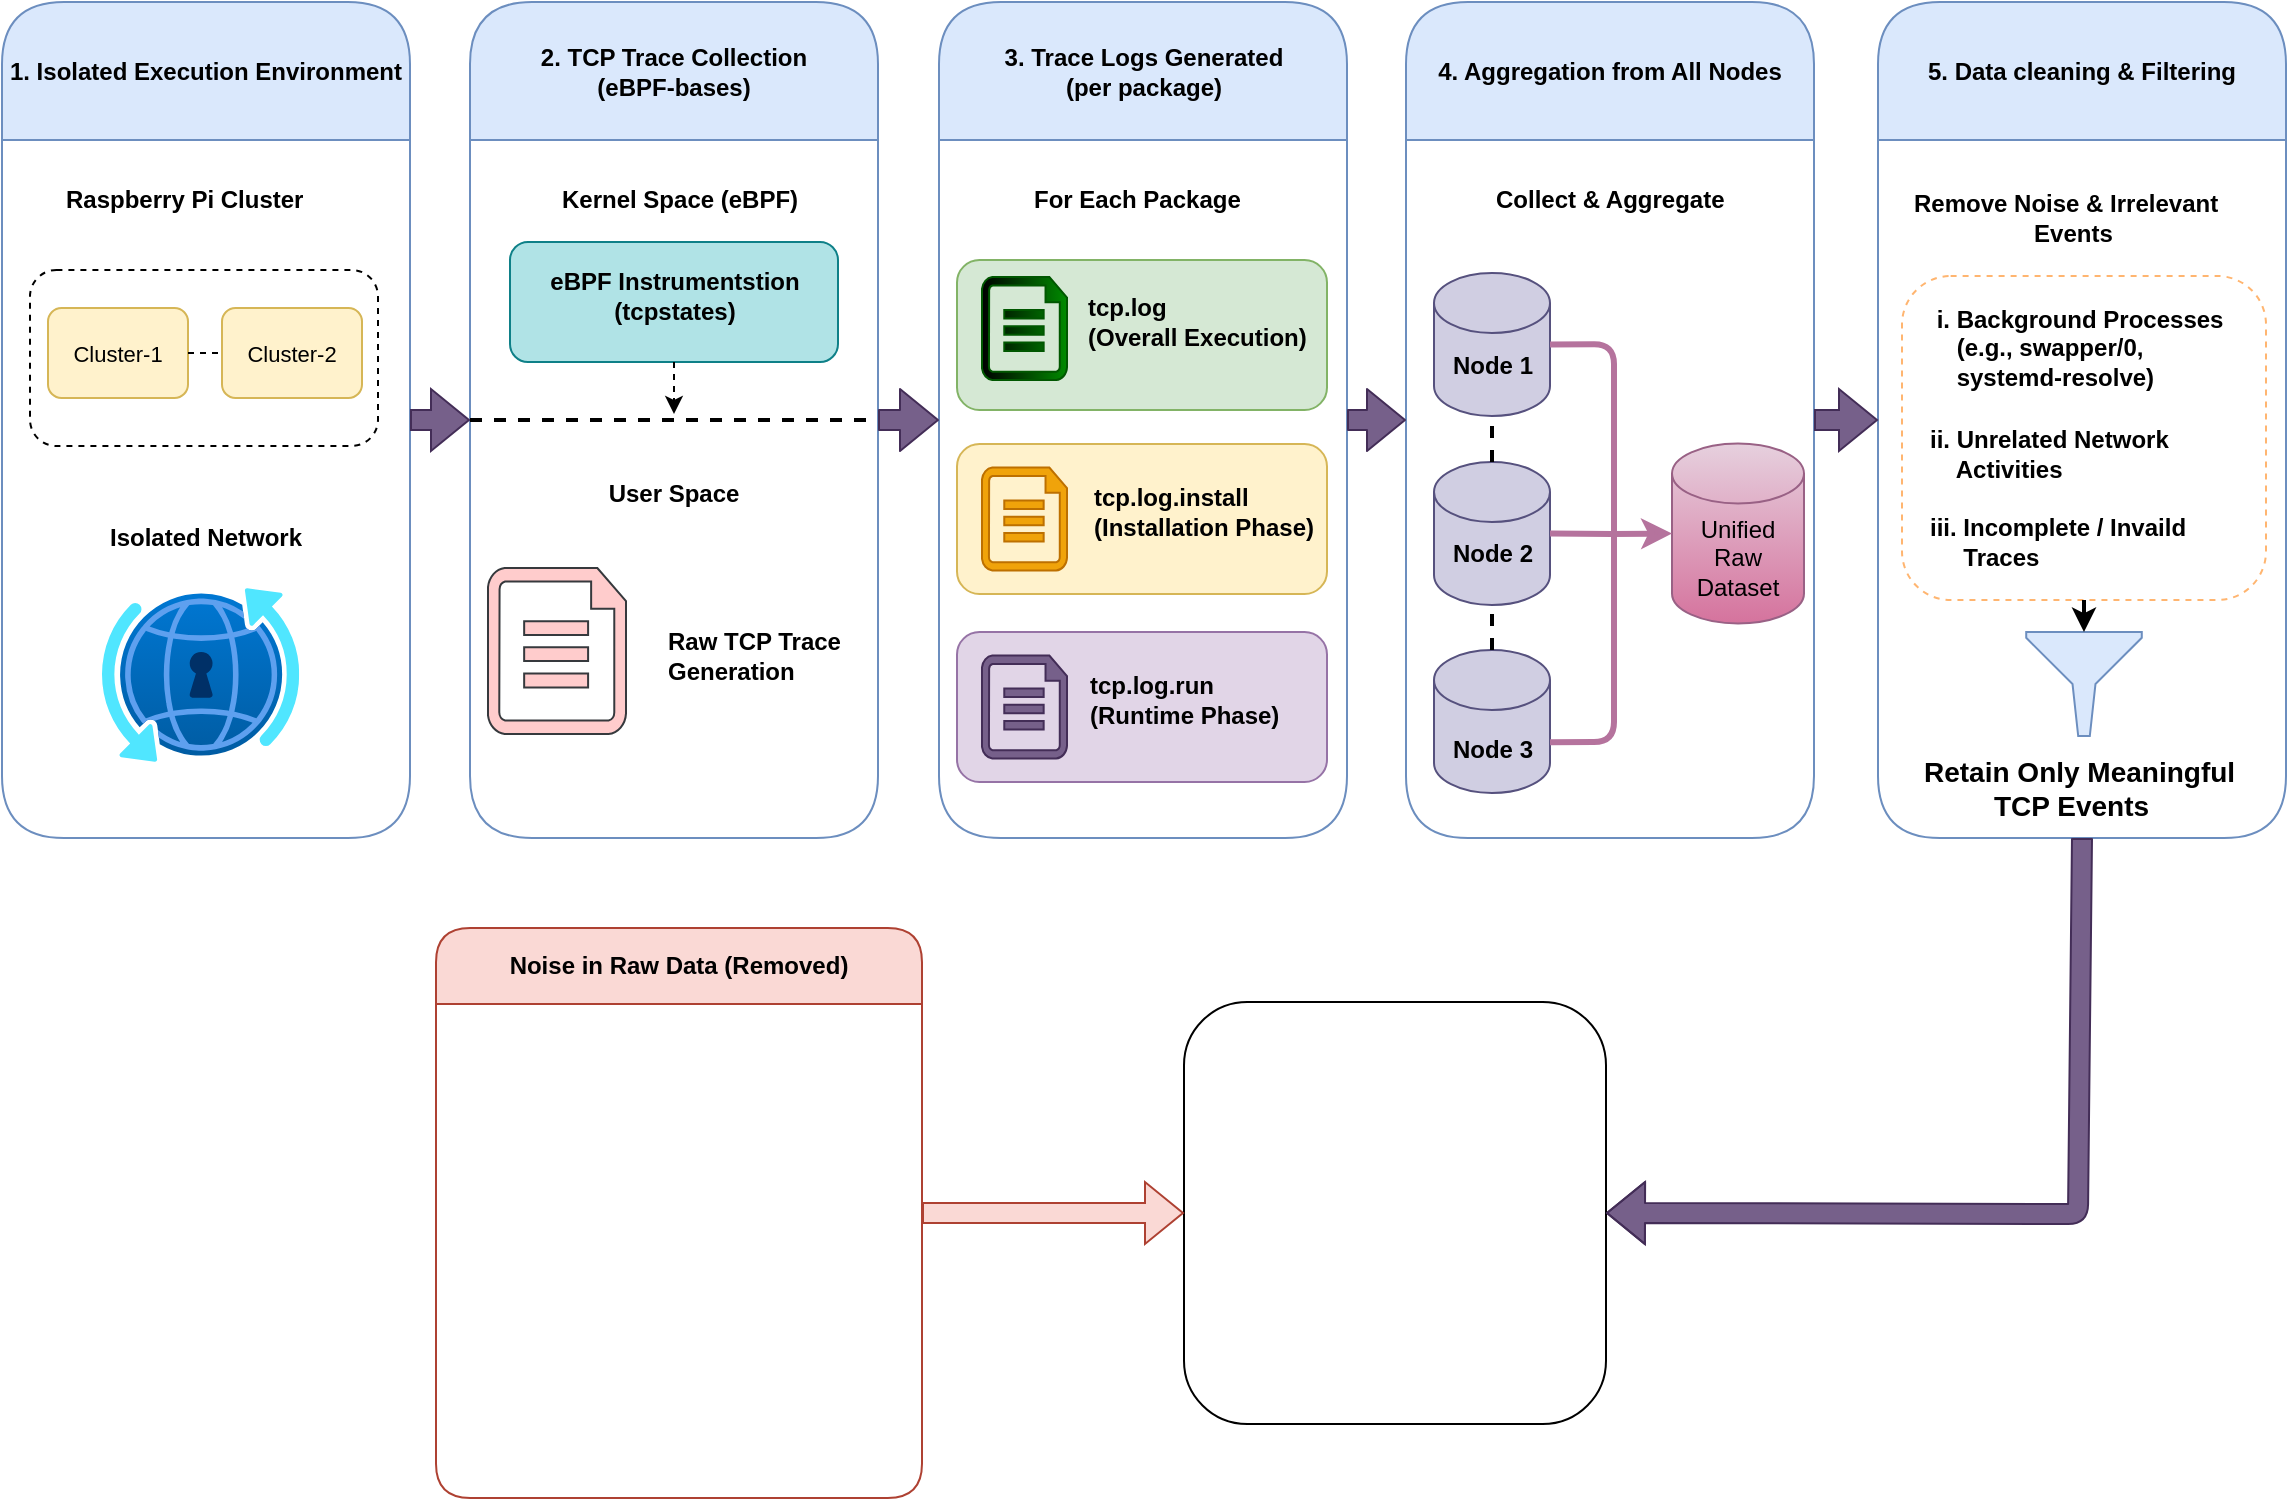
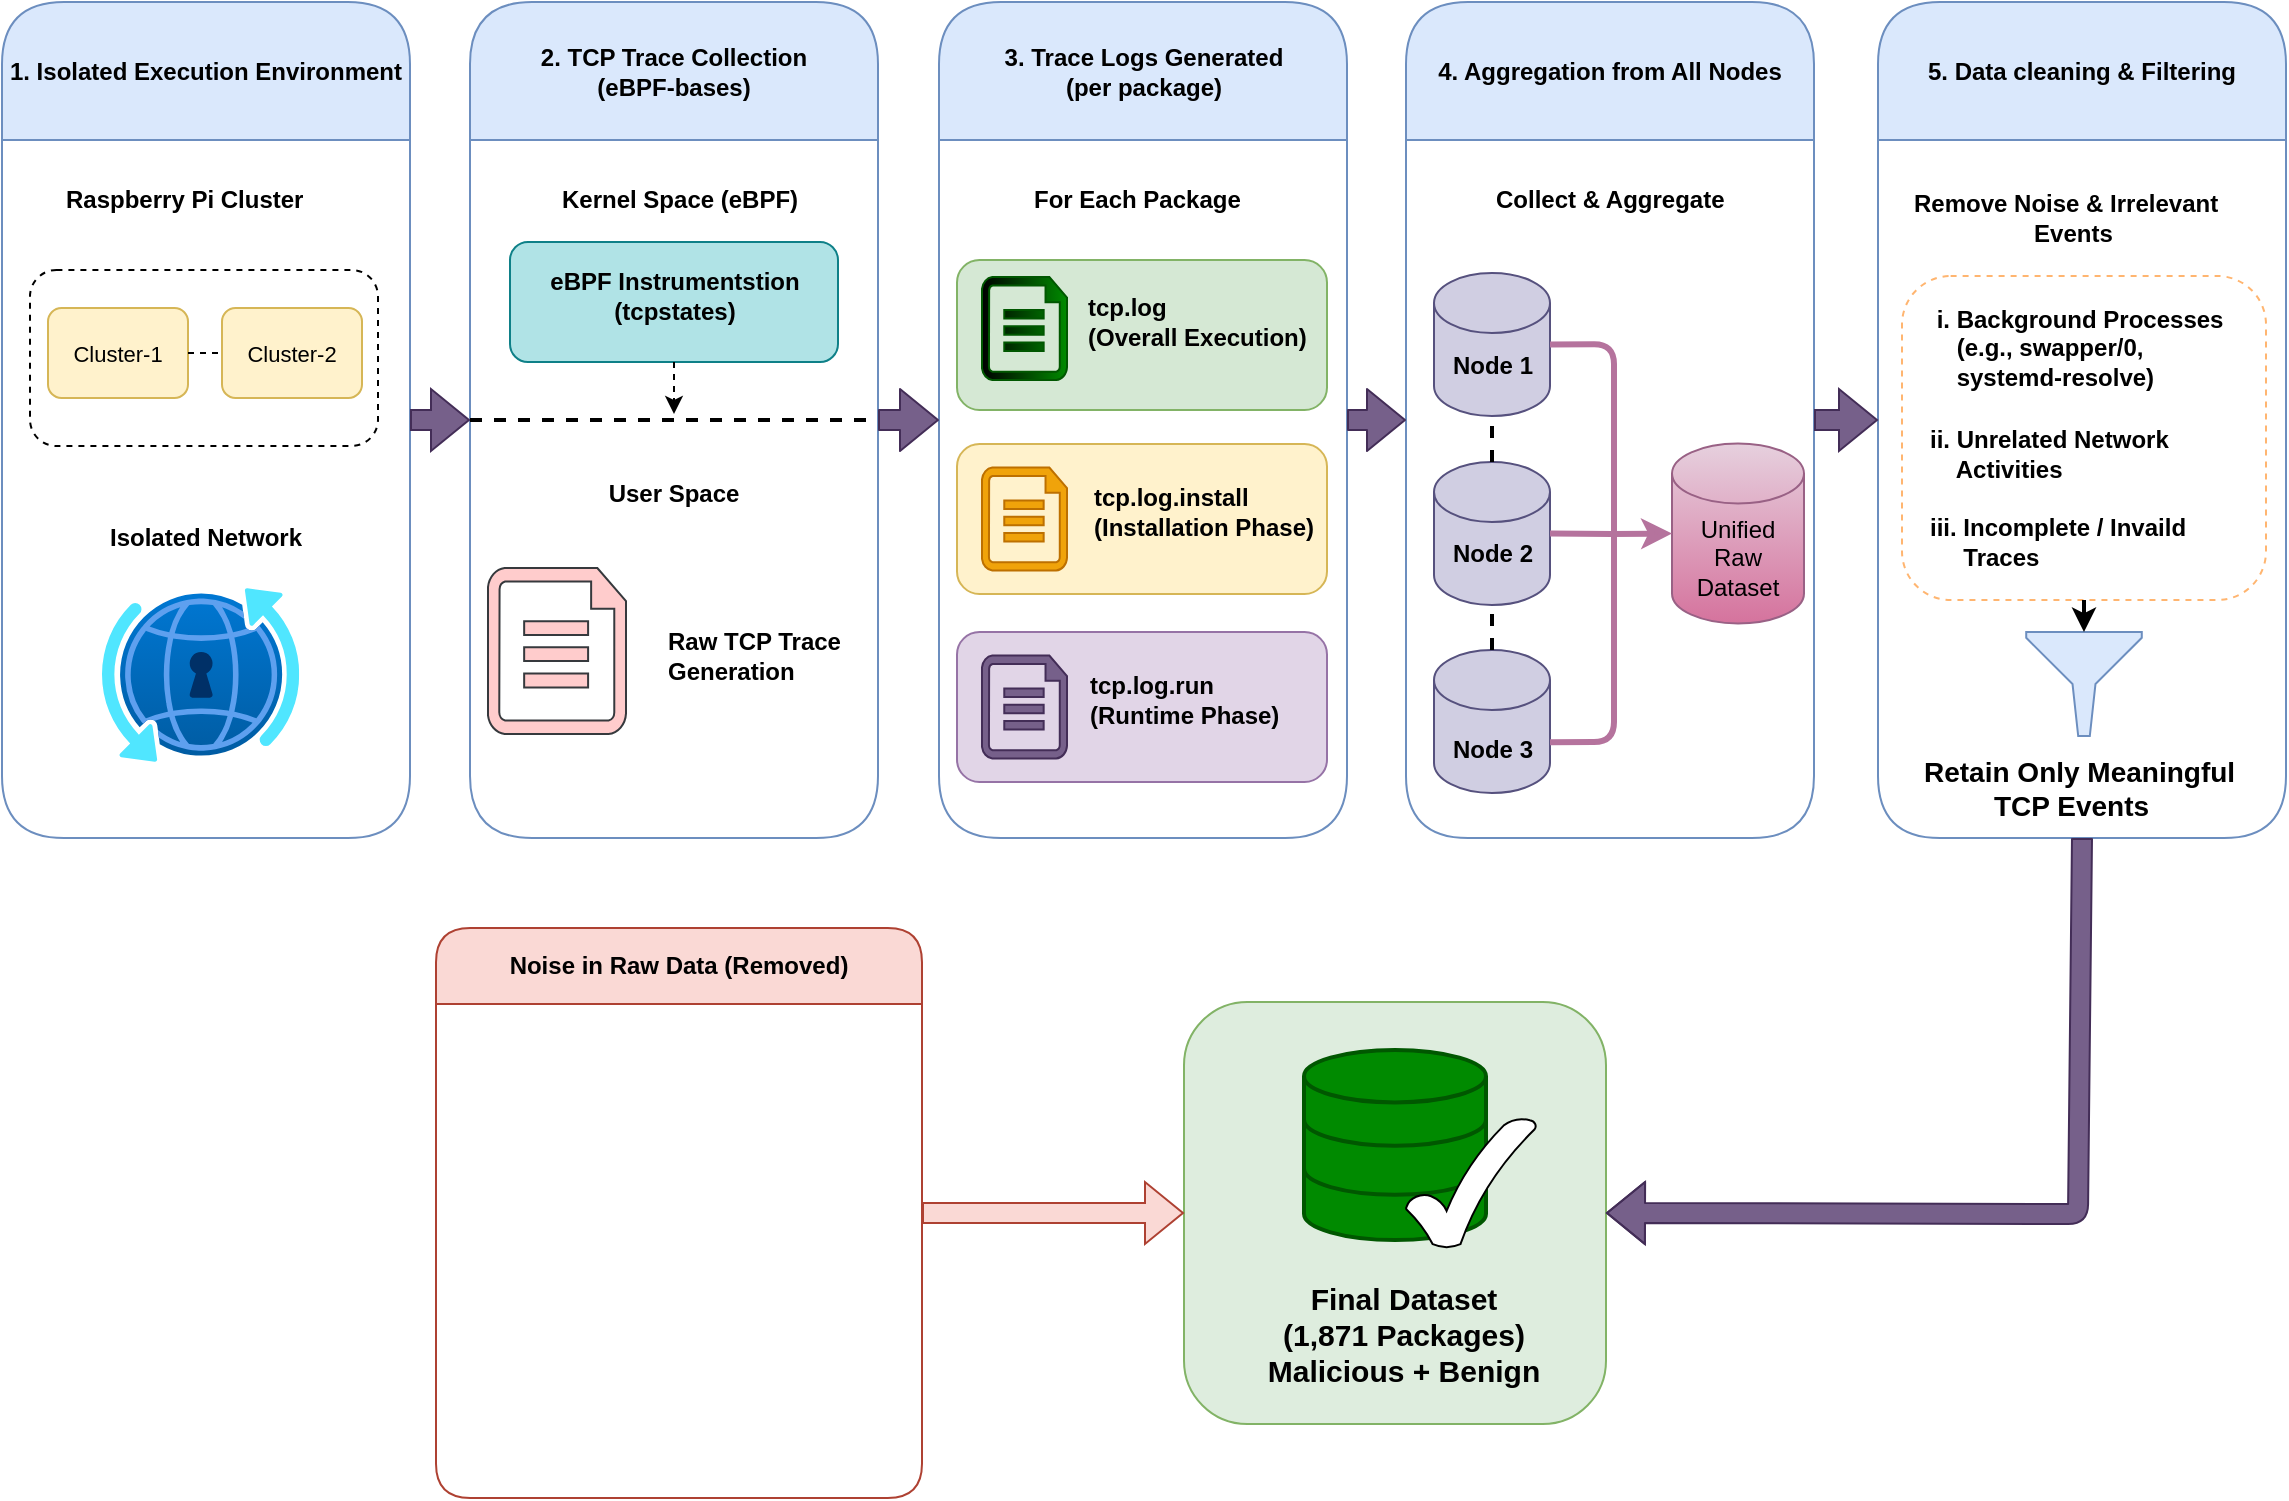
<mxfile host="app.diagrams.net">
  <diagram name="Page-1" id="8kyjSIY6fsYWo43MdOdE">
    <mxGraphModel dx="1406" dy="814" grid="0" gridSize="10" guides="1" tooltips="1" connect="1" arrows="1" fold="1" page="1" pageScale="1" pageWidth="1181" pageHeight="827" background="none" math="0" shadow="0">
      <root>
        <mxCell id="0" />
        <mxCell id="1" parent="0" />
        <mxCell id="yPxf8Ypyw46N0n0ri4En-1" parent="1" style="swimlane;whiteSpace=wrap;html=1;swimlaneFillColor=none;rounded=1;startSize=69;strokeColor=#6c8ebf;fillColor=#dae8fc;" value="1. Isolated Execution Environment" vertex="1">
          <mxGeometry height="418" width="204" x="20" y="29" as="geometry" />
        </mxCell>
        <mxCell id="9OX9V2n5WXdKuxMzRrJa-6" parent="yPxf8Ypyw46N0n0ri4En-1" style="text;strokeColor=none;fillColor=none;align=left;verticalAlign=middle;spacingLeft=4;spacingRight=4;overflow=hidden;points=[[0,0.5],[1,0.5]];portConstraint=eastwest;rotatable=0;whiteSpace=wrap;html=1;" value="&lt;b&gt;Raspberry Pi Cluster&lt;/b&gt;" vertex="1">
          <mxGeometry height="30" width="152" x="26" y="84" as="geometry" />
        </mxCell>
        <mxCell id="9OX9V2n5WXdKuxMzRrJa-7" parent="yPxf8Ypyw46N0n0ri4En-1" style="rounded=1;whiteSpace=wrap;html=1;dashed=1;" value="" vertex="1">
          <mxGeometry height="88" width="174" x="14" y="134" as="geometry" />
        </mxCell>
        <mxCell id="9OX9V2n5WXdKuxMzRrJa-8" parent="yPxf8Ypyw46N0n0ri4En-1" style="rounded=1;whiteSpace=wrap;html=1;fillColor=#fff2cc;strokeColor=#d6b656;" value="" vertex="1">
          <mxGeometry height="45" width="70" x="23" y="153" as="geometry" />
        </mxCell>
        <mxCell id="9OX9V2n5WXdKuxMzRrJa-9" parent="yPxf8Ypyw46N0n0ri4En-1" style="rounded=1;whiteSpace=wrap;html=1;fillColor=#fff2cc;strokeColor=#d6b656;" value="" vertex="1">
          <mxGeometry height="45" width="70" x="110" y="153" as="geometry" />
        </mxCell>
        <mxCell id="9OX9V2n5WXdKuxMzRrJa-10" parent="yPxf8Ypyw46N0n0ri4En-1" style="text;html=1;whiteSpace=wrap;strokeColor=none;fillColor=none;align=center;verticalAlign=middle;rounded=0;" value="&lt;font style=&quot;font-size: 11px;&quot;&gt;Cluster-1&lt;/font&gt;" vertex="1">
          <mxGeometry height="18.5" width="50" x="33" y="166.25" as="geometry" />
        </mxCell>
        <mxCell id="9OX9V2n5WXdKuxMzRrJa-11" parent="yPxf8Ypyw46N0n0ri4En-1" style="text;html=1;whiteSpace=wrap;strokeColor=none;fillColor=none;align=center;verticalAlign=middle;rounded=0;" value="&lt;font style=&quot;font-size: 11px;&quot;&gt;Cluster-2&lt;/font&gt;" vertex="1">
          <mxGeometry height="18.5" width="50" x="120" y="166.25" as="geometry" />
        </mxCell>
        <mxCell id="9OX9V2n5WXdKuxMzRrJa-12" edge="1" parent="yPxf8Ypyw46N0n0ri4En-1" source="9OX9V2n5WXdKuxMzRrJa-8" style="endArrow=none;html=1;rounded=0;exitX=1;exitY=0.5;exitDx=0;exitDy=0;entryX=0;entryY=0.5;entryDx=0;entryDy=0;dashed=1;" target="9OX9V2n5WXdKuxMzRrJa-9" value="">
          <mxGeometry height="50" relative="1" width="50" as="geometry">
            <mxPoint x="545" y="408" as="sourcePoint" />
            <mxPoint x="595" y="358" as="targetPoint" />
          </mxGeometry>
        </mxCell>
        <mxCell id="9OX9V2n5WXdKuxMzRrJa-14" parent="yPxf8Ypyw46N0n0ri4En-1" style="text;strokeColor=none;fillColor=none;align=left;verticalAlign=middle;spacingLeft=4;spacingRight=4;overflow=hidden;points=[[0,0.5],[1,0.5]];portConstraint=eastwest;rotatable=0;whiteSpace=wrap;html=1;" value="&lt;b&gt;Isolated Network&lt;/b&gt;" vertex="1">
          <mxGeometry height="30" width="109" x="47.5" y="253" as="geometry" />
        </mxCell>
        <mxCell id="9OX9V2n5WXdKuxMzRrJa-15" parent="yPxf8Ypyw46N0n0ri4En-1" style="image;aspect=fixed;html=1;points=[];align=center;fontSize=12;image=img/lib/azure2/networking/DNS_Private_Resolver.svg;" value="" vertex="1">
          <mxGeometry height="87" width="98.6" x="50" y="293" as="geometry" />
        </mxCell>
        <mxCell id="yPxf8Ypyw46N0n0ri4En-4" parent="1" style="swimlane;whiteSpace=wrap;html=1;swimlaneFillColor=none;rounded=1;startSize=69;strokeColor=#6c8ebf;fillColor=#dae8fc;" value="2. TCP Trace Collection&lt;div&gt;(eBPF-bases)&lt;/div&gt;" vertex="1">
          <mxGeometry height="418" width="204" x="254" y="29" as="geometry" />
        </mxCell>
        <mxCell id="9OX9V2n5WXdKuxMzRrJa-16" parent="yPxf8Ypyw46N0n0ri4En-4" style="text;strokeColor=none;fillColor=none;align=left;verticalAlign=middle;spacingLeft=4;spacingRight=4;overflow=hidden;points=[[0,0.5],[1,0.5]];portConstraint=eastwest;rotatable=0;whiteSpace=wrap;html=1;" value="&lt;b&gt;Kernel Space (eBPF)&lt;/b&gt;" vertex="1">
          <mxGeometry height="30" width="134" x="40" y="84" as="geometry" />
        </mxCell>
        <mxCell id="9OX9V2n5WXdKuxMzRrJa-20" parent="yPxf8Ypyw46N0n0ri4En-4" style="rounded=1;whiteSpace=wrap;html=1;fillColor=#b0e3e6;strokeColor=#0e8088;" value="" vertex="1">
          <mxGeometry height="60" width="164" x="20" y="120" as="geometry" />
        </mxCell>
        <mxCell id="9OX9V2n5WXdKuxMzRrJa-22" parent="yPxf8Ypyw46N0n0ri4En-4" style="text;html=1;whiteSpace=wrap;strokeColor=none;fillColor=none;align=center;verticalAlign=middle;rounded=0;" value="&lt;b&gt;eBPF Instrumentstion&lt;/b&gt;&lt;div&gt;&lt;b&gt;(tcpstates)&lt;/b&gt;&lt;/div&gt;" vertex="1">
          <mxGeometry height="35" width="133" x="35.5" y="129" as="geometry" />
        </mxCell>
        <mxCell id="9OX9V2n5WXdKuxMzRrJa-23" parent="yPxf8Ypyw46N0n0ri4En-4" style="text;html=1;whiteSpace=wrap;strokeColor=none;fillColor=none;align=center;verticalAlign=middle;rounded=0;" value="&lt;b&gt;User Space&lt;/b&gt;" vertex="1">
          <mxGeometry height="30" width="122" x="41" y="231" as="geometry" />
        </mxCell>
        <mxCell id="9OX9V2n5WXdKuxMzRrJa-24" parent="yPxf8Ypyw46N0n0ri4En-4" style="verticalLabelPosition=bottom;html=1;verticalAlign=top;align=center;shape=mxgraph.azure.cloud_services_configuration_file;pointerEvents=1;fillColor=#ffcccc;strokeColor=#36393d;" value="" vertex="1">
          <mxGeometry height="83" width="69" x="9" y="283" as="geometry" />
        </mxCell>
        <mxCell id="9OX9V2n5WXdKuxMzRrJa-26" parent="yPxf8Ypyw46N0n0ri4En-4" style="text;strokeColor=none;fillColor=none;align=left;verticalAlign=middle;spacingLeft=4;spacingRight=4;overflow=hidden;points=[[0,0.5],[1,0.5]];portConstraint=eastwest;rotatable=0;whiteSpace=wrap;html=1;" value="&lt;b&gt;Raw TCP Trace&lt;/b&gt;&lt;div&gt;&lt;b&gt;Generation&lt;/b&gt;&lt;/div&gt;" vertex="1">
          <mxGeometry height="74" width="99" x="93" y="290" as="geometry" />
        </mxCell>
        <mxCell id="yPxf8Ypyw46N0n0ri4En-5" parent="1" style="swimlane;whiteSpace=wrap;html=1;swimlaneFillColor=none;rounded=1;startSize=69;strokeColor=#6c8ebf;fillColor=#dae8fc;" value="3. Trace Logs Generated&lt;div&gt;(per package)&lt;/div&gt;" vertex="1">
          <mxGeometry height="418" width="204" x="488.5" y="29" as="geometry" />
        </mxCell>
        <mxCell id="9OX9V2n5WXdKuxMzRrJa-17" parent="yPxf8Ypyw46N0n0ri4En-5" style="text;strokeColor=none;fillColor=none;align=left;verticalAlign=middle;spacingLeft=4;spacingRight=4;overflow=hidden;points=[[0,0.5],[1,0.5]];portConstraint=eastwest;rotatable=0;whiteSpace=wrap;html=1;" value="&lt;b&gt;For Each Package&lt;/b&gt;" vertex="1">
          <mxGeometry height="30" width="121.5" x="41.5" y="84" as="geometry" />
        </mxCell>
        <mxCell id="9OX9V2n5WXdKuxMzRrJa-27" parent="yPxf8Ypyw46N0n0ri4En-5" style="rounded=1;whiteSpace=wrap;html=1;fillColor=#d5e8d4;strokeColor=#82b366;" value="" vertex="1">
          <mxGeometry height="75" width="185" x="9" y="129" as="geometry" />
        </mxCell>
        <mxCell id="9OX9V2n5WXdKuxMzRrJa-28" parent="yPxf8Ypyw46N0n0ri4En-5" style="rounded=1;whiteSpace=wrap;html=1;fillColor=#fff2cc;strokeColor=#d6b656;" value="" vertex="1">
          <mxGeometry height="75" width="185" x="9" y="221" as="geometry" />
        </mxCell>
        <mxCell id="9OX9V2n5WXdKuxMzRrJa-29" parent="yPxf8Ypyw46N0n0ri4En-5" style="rounded=1;whiteSpace=wrap;html=1;fillColor=#e1d5e7;strokeColor=#9673a6;" value="" vertex="1">
          <mxGeometry height="75" width="185" x="9" y="315" as="geometry" />
        </mxCell>
        <mxCell id="9OX9V2n5WXdKuxMzRrJa-31" parent="yPxf8Ypyw46N0n0ri4En-5" style="verticalLabelPosition=bottom;html=1;verticalAlign=top;align=center;strokeColor=#005700;fillColor=#008a00;shape=mxgraph.azure.cloud_services_configuration_file;pointerEvents=1;fontColor=#ffffff;shadow=0;gradientColor=default;gradientDirection=west;" value="" vertex="1">
          <mxGeometry height="51.5" width="42.5" x="21.5" y="137.5" as="geometry" />
        </mxCell>
        <mxCell id="9OX9V2n5WXdKuxMzRrJa-32" parent="yPxf8Ypyw46N0n0ri4En-5" style="verticalLabelPosition=bottom;html=1;verticalAlign=top;align=center;strokeColor=#BD7000;fillColor=#f0a30a;shape=mxgraph.azure.cloud_services_configuration_file;pointerEvents=1;fontColor=#000000;shadow=0;gradientDirection=west;" value="" vertex="1">
          <mxGeometry height="51.5" width="42.5" x="21.5" y="232.75" as="geometry" />
        </mxCell>
        <mxCell id="9OX9V2n5WXdKuxMzRrJa-33" parent="yPxf8Ypyw46N0n0ri4En-5" style="verticalLabelPosition=bottom;html=1;verticalAlign=top;align=center;strokeColor=#432D57;fillColor=#76608a;shape=mxgraph.azure.cloud_services_configuration_file;pointerEvents=1;fontColor=#ffffff;shadow=0;gradientDirection=west;" value="" vertex="1">
          <mxGeometry height="51.5" width="42.5" x="21.5" y="326.75" as="geometry" />
        </mxCell>
        <mxCell id="9OX9V2n5WXdKuxMzRrJa-34" parent="yPxf8Ypyw46N0n0ri4En-5" style="text;strokeColor=none;fillColor=none;align=left;verticalAlign=middle;spacingLeft=4;spacingRight=4;overflow=hidden;points=[[0,0.5],[1,0.5]];portConstraint=eastwest;rotatable=0;whiteSpace=wrap;html=1;" value="&lt;b&gt;tcp.log&lt;/b&gt;&lt;div&gt;&lt;b&gt;(Overall Execution)&lt;/b&gt;&lt;/div&gt;" vertex="1">
          <mxGeometry height="44" width="122" x="68" y="137.5" as="geometry" />
        </mxCell>
        <mxCell id="9OX9V2n5WXdKuxMzRrJa-35" parent="yPxf8Ypyw46N0n0ri4En-5" style="text;strokeColor=none;fillColor=none;align=left;verticalAlign=middle;spacingLeft=4;spacingRight=4;overflow=hidden;points=[[0,0.5],[1,0.5]];portConstraint=eastwest;rotatable=0;whiteSpace=wrap;html=1;" value="&lt;b&gt;tcp.log.install&lt;/b&gt;&lt;div&gt;&lt;b&gt;(Installation Phase)&lt;/b&gt;&lt;/div&gt;" vertex="1">
          <mxGeometry height="44" width="121" x="71" y="232.75" as="geometry" />
        </mxCell>
        <mxCell id="9OX9V2n5WXdKuxMzRrJa-36" parent="yPxf8Ypyw46N0n0ri4En-5" style="text;strokeColor=none;fillColor=none;align=left;verticalAlign=middle;spacingLeft=4;spacingRight=4;overflow=hidden;points=[[0,0.5],[1,0.5]];portConstraint=eastwest;rotatable=0;whiteSpace=wrap;html=1;" value="&lt;b&gt;tcp.log.run&lt;/b&gt;&lt;div&gt;&lt;b&gt;(Runtime Phase)&lt;/b&gt;&lt;/div&gt;" vertex="1">
          <mxGeometry height="44" width="119" x="69" y="326.75" as="geometry" />
        </mxCell>
        <mxCell id="yPxf8Ypyw46N0n0ri4En-6" parent="1" style="swimlane;whiteSpace=wrap;html=1;swimlaneFillColor=none;rounded=1;startSize=69;strokeColor=#6c8ebf;fillColor=#dae8fc;" value="4. Aggregation from All Nodes" vertex="1">
          <mxGeometry height="418" width="204" x="722" y="29" as="geometry" />
        </mxCell>
        <mxCell id="9OX9V2n5WXdKuxMzRrJa-37" parent="yPxf8Ypyw46N0n0ri4En-6" style="text;strokeColor=none;fillColor=none;align=left;verticalAlign=middle;spacingLeft=4;spacingRight=4;overflow=hidden;points=[[0,0.5],[1,0.5]];portConstraint=eastwest;rotatable=0;whiteSpace=wrap;html=1;" value="&lt;b&gt;Collect &amp;amp; Aggregate&lt;/b&gt;" vertex="1">
          <mxGeometry height="30" width="125.75" x="39.13" y="84" as="geometry" />
        </mxCell>
        <mxCell id="9OX9V2n5WXdKuxMzRrJa-38" parent="yPxf8Ypyw46N0n0ri4En-6" style="shape=cylinder3;whiteSpace=wrap;html=1;boundedLbl=1;backgroundOutline=1;size=15;fillColor=#d0cee2;strokeColor=#56517e;" value="" vertex="1">
          <mxGeometry height="71.5" width="58" x="14" y="135.5" as="geometry" />
        </mxCell>
        <mxCell id="9OX9V2n5WXdKuxMzRrJa-44" parent="yPxf8Ypyw46N0n0ri4En-6" style="shape=cylinder3;whiteSpace=wrap;html=1;boundedLbl=1;backgroundOutline=1;size=15;fillColor=#d0cee2;strokeColor=#56517e;" value="" vertex="1">
          <mxGeometry height="71.5" width="58" x="14" y="230" as="geometry" />
        </mxCell>
        <mxCell id="9OX9V2n5WXdKuxMzRrJa-45" parent="yPxf8Ypyw46N0n0ri4En-6" style="shape=cylinder3;whiteSpace=wrap;html=1;boundedLbl=1;backgroundOutline=1;size=15;fillColor=#d0cee2;strokeColor=#56517e;" value="" vertex="1">
          <mxGeometry height="71.5" width="58" x="14" y="324" as="geometry" />
        </mxCell>
        <mxCell id="9OX9V2n5WXdKuxMzRrJa-46" edge="1" parent="yPxf8Ypyw46N0n0ri4En-6" source="9OX9V2n5WXdKuxMzRrJa-44" style="endArrow=none;html=1;rounded=0;entryX=0.5;entryY=1;entryDx=0;entryDy=0;entryPerimeter=0;exitX=0.5;exitY=0;exitDx=0;exitDy=0;exitPerimeter=0;dashed=1;strokeWidth=2;" target="9OX9V2n5WXdKuxMzRrJa-38" value="">
          <mxGeometry height="50" relative="1" width="50" as="geometry">
            <mxPoint x="-154" y="387" as="sourcePoint" />
            <mxPoint x="-104" y="337" as="targetPoint" />
          </mxGeometry>
        </mxCell>
        <mxCell id="9OX9V2n5WXdKuxMzRrJa-47" edge="1" parent="yPxf8Ypyw46N0n0ri4En-6" source="9OX9V2n5WXdKuxMzRrJa-45" style="endArrow=none;html=1;rounded=0;entryX=0.5;entryY=1;entryDx=0;entryDy=0;entryPerimeter=0;exitX=0.5;exitY=0;exitDx=0;exitDy=0;exitPerimeter=0;dashed=1;strokeWidth=2;" target="9OX9V2n5WXdKuxMzRrJa-44" value="">
          <mxGeometry height="50" relative="1" width="50" as="geometry">
            <mxPoint x="-154" y="387" as="sourcePoint" />
            <mxPoint x="-104" y="337" as="targetPoint" />
          </mxGeometry>
        </mxCell>
        <mxCell id="9OX9V2n5WXdKuxMzRrJa-48" parent="yPxf8Ypyw46N0n0ri4En-6" style="shape=cylinder3;whiteSpace=wrap;html=1;boundedLbl=1;backgroundOutline=1;size=15;fillColor=#e6d0de;strokeColor=#996185;gradientColor=#d5739d;" value="" vertex="1">
          <mxGeometry height="90" width="66" x="133" y="220.75" as="geometry" />
        </mxCell>
        <mxCell id="9OX9V2n5WXdKuxMzRrJa-49" edge="1" parent="yPxf8Ypyw46N0n0ri4En-6" source="9OX9V2n5WXdKuxMzRrJa-45" style="endArrow=none;html=1;rounded=1;entryX=1;entryY=0.5;entryDx=0;entryDy=0;entryPerimeter=0;exitX=1;exitY=0;exitDx=0;exitDy=46.125;exitPerimeter=0;strokeWidth=3;curved=0;strokeColor=#B5739D;" target="9OX9V2n5WXdKuxMzRrJa-38" value="">
          <mxGeometry height="50" relative="1" width="50" as="geometry">
            <Array as="points">
              <mxPoint x="104" y="370" />
              <mxPoint x="104" y="171" />
            </Array>
            <mxPoint x="-154" y="387" as="sourcePoint" />
            <mxPoint x="-104" y="337" as="targetPoint" />
          </mxGeometry>
        </mxCell>
        <mxCell id="9OX9V2n5WXdKuxMzRrJa-54" edge="1" parent="yPxf8Ypyw46N0n0ri4En-6" source="9OX9V2n5WXdKuxMzRrJa-44" style="endArrow=none;html=1;rounded=0;exitX=1;exitY=0.5;exitDx=0;exitDy=0;exitPerimeter=0;strokeWidth=3;strokeColor=#B5739D;" value="">
          <mxGeometry height="50" relative="1" width="50" as="geometry">
            <mxPoint x="-154" y="389" as="sourcePoint" />
            <mxPoint x="103" y="266" as="targetPoint" />
          </mxGeometry>
        </mxCell>
        <mxCell id="9OX9V2n5WXdKuxMzRrJa-56" parent="yPxf8Ypyw46N0n0ri4En-6" style="text;html=1;whiteSpace=wrap;strokeColor=none;fillColor=none;align=center;verticalAlign=middle;rounded=0;" value="&lt;b&gt;Node 1&lt;/b&gt;" vertex="1">
          <mxGeometry height="24.5" width="47" x="19.5" y="170" as="geometry" />
        </mxCell>
        <mxCell id="9OX9V2n5WXdKuxMzRrJa-57" parent="yPxf8Ypyw46N0n0ri4En-6" style="text;html=1;whiteSpace=wrap;strokeColor=none;fillColor=none;align=center;verticalAlign=middle;rounded=0;" value="&lt;b&gt;Node 2&lt;/b&gt;" vertex="1">
          <mxGeometry height="24.5" width="47" x="19.5" y="264" as="geometry" />
        </mxCell>
        <mxCell id="9OX9V2n5WXdKuxMzRrJa-58" parent="yPxf8Ypyw46N0n0ri4En-6" style="text;html=1;whiteSpace=wrap;strokeColor=none;fillColor=none;align=center;verticalAlign=middle;rounded=0;" value="&lt;b&gt;Node 3&lt;/b&gt;" vertex="1">
          <mxGeometry height="24.5" width="47" x="19.5" y="362" as="geometry" />
        </mxCell>
        <mxCell id="9OX9V2n5WXdKuxMzRrJa-59" parent="yPxf8Ypyw46N0n0ri4En-6" style="text;html=1;whiteSpace=wrap;strokeColor=none;fillColor=none;align=center;verticalAlign=middle;rounded=0;" value="Unified&lt;div&gt;Raw Dataset&lt;/div&gt;" vertex="1">
          <mxGeometry height="47.25" width="52" x="140" y="254.25" as="geometry" />
        </mxCell>
        <mxCell id="yPxf8Ypyw46N0n0ri4En-7" parent="1" style="swimlane;whiteSpace=wrap;html=1;swimlaneFillColor=none;rounded=1;startSize=69;strokeColor=#6c8ebf;fillColor=#dae8fc;" value="5. Data cleaning &amp;amp; Filtering" vertex="1">
          <mxGeometry height="418" width="204" x="958" y="29" as="geometry" />
        </mxCell>
        <mxCell id="9OX9V2n5WXdKuxMzRrJa-60" parent="yPxf8Ypyw46N0n0ri4En-7" style="text;strokeColor=none;fillColor=none;align=left;verticalAlign=middle;spacingLeft=4;spacingRight=4;overflow=hidden;points=[[0,0.5],[1,0.5]];portConstraint=eastwest;rotatable=0;whiteSpace=wrap;html=1;" value="&lt;b&gt;Remove Noise &amp;amp; Irrelevant&amp;nbsp; &amp;nbsp; &amp;nbsp; &amp;nbsp; &amp;nbsp; &amp;nbsp; &amp;nbsp; &amp;nbsp; &amp;nbsp; &amp;nbsp; &amp;nbsp; &amp;nbsp; Events&lt;/b&gt;" vertex="1">
          <mxGeometry height="48" width="180" x="12" y="84" as="geometry" />
        </mxCell>
        <mxCell id="9OX9V2n5WXdKuxMzRrJa-64" parent="yPxf8Ypyw46N0n0ri4En-7" style="rounded=1;whiteSpace=wrap;html=1;dashed=1;strokeColor=#FFB570;" value="" vertex="1">
          <mxGeometry height="162" width="182" x="12" y="137" as="geometry" />
        </mxCell>
        <mxCell id="9OX9V2n5WXdKuxMzRrJa-65" parent="yPxf8Ypyw46N0n0ri4En-7" style="text;html=1;whiteSpace=wrap;strokeColor=none;fillColor=none;align=left;verticalAlign=middle;rounded=0;" value="&lt;b&gt;&lt;span style=&quot;background-color: light-dark(#ffffff, var(--ge-dark-color, #121212)); color: light-dark(rgb(0, 0, 0), rgb(255, 255, 255));&quot;&gt;&amp;nbsp;i. Background Processes&lt;/span&gt;&lt;br&gt;&lt;span style=&quot;background-color: light-dark(#ffffff, var(--ge-dark-color, #121212)); color: light-dark(rgb(0, 0, 0), rgb(255, 255, 255));&quot;&gt;&amp;nbsp; &amp;nbsp; (e.g., swapper/0,&lt;/span&gt;&lt;/b&gt;&lt;div&gt;&lt;b&gt;&lt;span style=&quot;background-color: light-dark(#ffffff, var(--ge-dark-color, #121212)); color: light-dark(rgb(0, 0, 0), rgb(255, 255, 255));&quot;&gt;&amp;nbsp; &amp;nbsp; systemd-resolve)&lt;/span&gt;&lt;/b&gt;&lt;/div&gt;" vertex="1">
          <mxGeometry height="43" width="164" x="24" y="151" as="geometry" />
        </mxCell>
        <mxCell id="9OX9V2n5WXdKuxMzRrJa-66" parent="yPxf8Ypyw46N0n0ri4En-7" style="text;html=1;whiteSpace=wrap;strokeColor=none;fillColor=none;align=left;verticalAlign=middle;rounded=0;" value="&lt;b&gt;ii. Unrelated Network&lt;/b&gt;&lt;div&gt;&lt;b&gt;&amp;nbsp; &amp;nbsp; Activities&lt;/b&gt;&lt;/div&gt;" vertex="1">
          <mxGeometry height="40" width="158" x="24" y="206" as="geometry" />
        </mxCell>
        <mxCell id="9OX9V2n5WXdKuxMzRrJa-67" parent="yPxf8Ypyw46N0n0ri4En-7" style="text;html=1;whiteSpace=wrap;strokeColor=none;fillColor=none;align=left;verticalAlign=middle;rounded=0;" value="&lt;b&gt;iii. Incomplete / Invaild&amp;nbsp;&lt;/b&gt;&lt;div&gt;&lt;b&gt;&amp;nbsp; &amp;nbsp; &amp;nbsp;Traces&lt;/b&gt;&lt;/div&gt;" vertex="1">
          <mxGeometry height="40" width="158" x="24" y="250" as="geometry" />
        </mxCell>
        <mxCell id="9OX9V2n5WXdKuxMzRrJa-68" parent="yPxf8Ypyw46N0n0ri4En-7" style="sketch=0;aspect=fixed;pointerEvents=1;shadow=0;dashed=0;html=1;strokeColor=#6c8ebf;labelPosition=center;verticalLabelPosition=bottom;verticalAlign=top;align=center;fillColor=#dae8fc;shape=mxgraph.mscae.enterprise.filter;" value="" vertex="1">
          <mxGeometry height="52" width="57.78" x="74.11" y="315" as="geometry" />
        </mxCell>
        <mxCell id="9OX9V2n5WXdKuxMzRrJa-69" edge="1" parent="yPxf8Ypyw46N0n0ri4En-7" source="9OX9V2n5WXdKuxMzRrJa-64" style="endArrow=classic;html=1;rounded=0;exitX=0.5;exitY=1;exitDx=0;exitDy=0;entryX=0.5;entryY=0;entryDx=0;entryDy=0;entryPerimeter=0;strokeWidth=2;" target="9OX9V2n5WXdKuxMzRrJa-68" value="">
          <mxGeometry height="50" relative="1" width="50" as="geometry">
            <mxPoint x="-353" y="361" as="sourcePoint" />
            <mxPoint x="-303" y="311" as="targetPoint" />
          </mxGeometry>
        </mxCell>
        <mxCell id="9OX9V2n5WXdKuxMzRrJa-70" parent="yPxf8Ypyw46N0n0ri4En-7" style="text;strokeColor=none;fillColor=none;align=left;verticalAlign=middle;spacingLeft=4;spacingRight=4;overflow=hidden;points=[[0,0.5],[1,0.5]];portConstraint=eastwest;rotatable=0;whiteSpace=wrap;html=1;" value="&lt;b&gt;&lt;font style=&quot;font-size: 14px;&quot;&gt;Retain Only Meaningful&lt;/font&gt;&lt;/b&gt;&lt;div&gt;&lt;b&gt;&lt;font style=&quot;font-size: 14px;&quot;&gt;&amp;nbsp; &amp;nbsp; &amp;nbsp; &amp;nbsp; &amp;nbsp;TCP Events&lt;/font&gt;&lt;/b&gt;&lt;/div&gt;" vertex="1">
          <mxGeometry height="41" width="171.25" x="17.38" y="372" as="geometry" />
        </mxCell>
-         <mxCell id="yPxf8Ypyw46N0n0ri4En-8" parent="1" style="whiteSpace=wrap;html=1;aspect=fixed;rounded=1;strokeWidth=1;" value="" vertex="1">
+         <mxCell id="yPxf8Ypyw46N0n0ri4En-8" parent="1" style="whiteSpace=wrap;html=1;aspect=fixed;rounded=1;strokeWidth=1;fillColor=light-dark(#deedde, #1f2f1e);strokeColor=#82b366;" value="" vertex="1">
          <mxGeometry height="211" width="211" x="611" y="529" as="geometry" />
        </mxCell>
        <mxCell id="yPxf8Ypyw46N0n0ri4En-9" edge="1" parent="1" source="yPxf8Ypyw46N0n0ri4En-7" style="endArrow=classic;html=1;rounded=1;exitX=0.5;exitY=1;exitDx=0;exitDy=0;entryX=1;entryY=0.5;entryDx=0;entryDy=0;shape=flexArrow;strokeWidth=1;strokeColor=#432D57;fillColor=#76608a;" target="yPxf8Ypyw46N0n0ri4En-8" value="">
          <mxGeometry height="50" relative="1" width="50" as="geometry">
            <Array as="points">
              <mxPoint x="1058" y="635" />
            </Array>
            <mxPoint x="567" y="544" as="sourcePoint" />
            <mxPoint x="617" y="494" as="targetPoint" />
          </mxGeometry>
        </mxCell>
        <mxCell id="yPxf8Ypyw46N0n0ri4En-10" edge="1" parent="1" source="yPxf8Ypyw46N0n0ri4En-4" style="endArrow=classic;html=1;rounded=1;exitX=1;exitY=0.5;exitDx=0;exitDy=0;entryX=0;entryY=0.5;entryDx=0;entryDy=0;shape=flexArrow;fillColor=#76608a;strokeColor=#432D57;" target="yPxf8Ypyw46N0n0ri4En-5" value="">
          <mxGeometry height="50" relative="1" width="50" as="geometry">
            <mxPoint x="567" y="444" as="sourcePoint" />
            <mxPoint x="617" y="394" as="targetPoint" />
          </mxGeometry>
        </mxCell>
        <mxCell id="9OX9V2n5WXdKuxMzRrJa-1" edge="1" parent="1" source="yPxf8Ypyw46N0n0ri4En-5" style="endArrow=classic;html=1;rounded=1;exitX=1;exitY=0.5;exitDx=0;exitDy=0;entryX=0;entryY=0.5;entryDx=0;entryDy=0;shape=flexArrow;fillColor=#76608a;strokeColor=#432D57;" target="yPxf8Ypyw46N0n0ri4En-6" value="">
          <mxGeometry height="50" relative="1" width="50" as="geometry">
            <mxPoint x="565" y="444" as="sourcePoint" />
            <mxPoint x="615" y="394" as="targetPoint" />
          </mxGeometry>
        </mxCell>
        <mxCell id="9OX9V2n5WXdKuxMzRrJa-2" edge="1" parent="1" source="yPxf8Ypyw46N0n0ri4En-6" style="endArrow=classic;html=1;rounded=0;exitX=1;exitY=0.5;exitDx=0;exitDy=0;entryX=0;entryY=0.5;entryDx=0;entryDy=0;shape=flexArrow;fillColor=#76608a;strokeColor=#432D57;" target="yPxf8Ypyw46N0n0ri4En-7" value="">
          <mxGeometry height="50" relative="1" width="50" as="geometry">
            <mxPoint x="565" y="444" as="sourcePoint" />
            <mxPoint x="615" y="394" as="targetPoint" />
          </mxGeometry>
        </mxCell>
        <mxCell id="9OX9V2n5WXdKuxMzRrJa-3" edge="1" parent="1" source="yPxf8Ypyw46N0n0ri4En-1" style="endArrow=classic;html=1;rounded=0;exitX=1;exitY=0.5;exitDx=0;exitDy=0;entryX=0;entryY=0.5;entryDx=0;entryDy=0;shape=flexArrow;fillColor=#76608a;strokeColor=#432D57;" target="yPxf8Ypyw46N0n0ri4En-4" value="">
          <mxGeometry height="50" relative="1" width="50" as="geometry">
            <mxPoint x="565" y="444" as="sourcePoint" />
            <mxPoint x="615" y="394" as="targetPoint" />
          </mxGeometry>
        </mxCell>
        <mxCell id="9OX9V2n5WXdKuxMzRrJa-4" parent="1" style="swimlane;whiteSpace=wrap;html=1;startSize=38;rounded=1;fillColor=#fad9d5;strokeColor=#ae4132;" value="Noise in Raw Data (Removed)" vertex="1">
          <mxGeometry height="285" width="243" x="237" y="492" as="geometry" />
        </mxCell>
        <mxCell id="9OX9V2n5WXdKuxMzRrJa-5" edge="1" parent="1" source="9OX9V2n5WXdKuxMzRrJa-4" style="endArrow=classic;html=1;rounded=0;exitX=1;exitY=0.5;exitDx=0;exitDy=0;entryX=0;entryY=0.5;entryDx=0;entryDy=0;shape=flexArrow;fillColor=#fad9d5;strokeColor=#ae4132;" target="yPxf8Ypyw46N0n0ri4En-8" value="">
          <mxGeometry height="50" relative="1" width="50" as="geometry">
            <mxPoint x="565" y="437" as="sourcePoint" />
            <mxPoint x="615" y="387" as="targetPoint" />
          </mxGeometry>
        </mxCell>
        <mxCell id="9OX9V2n5WXdKuxMzRrJa-19" edge="1" parent="1" source="yPxf8Ypyw46N0n0ri4En-4" style="endArrow=none;dashed=1;html=1;rounded=0;exitX=0;exitY=0.5;exitDx=0;exitDy=0;entryX=1;entryY=0.5;entryDx=0;entryDy=0;strokeWidth=2;" target="yPxf8Ypyw46N0n0ri4En-4" value="">
          <mxGeometry height="50" relative="1" width="50" as="geometry">
            <mxPoint x="565" y="430" as="sourcePoint" />
            <mxPoint x="460" y="240" as="targetPoint" />
          </mxGeometry>
        </mxCell>
        <mxCell id="9OX9V2n5WXdKuxMzRrJa-21" edge="1" parent="1" source="9OX9V2n5WXdKuxMzRrJa-20" style="endArrow=classic;html=1;rounded=0;exitX=0.5;exitY=1;exitDx=0;exitDy=0;dashed=1;" value="">
          <mxGeometry height="50" relative="1" width="50" as="geometry">
            <mxPoint x="565" y="430" as="sourcePoint" />
            <mxPoint x="356" y="235" as="targetPoint" />
          </mxGeometry>
        </mxCell>
        <mxCell id="9OX9V2n5WXdKuxMzRrJa-55" edge="1" parent="1" style="endArrow=classic;html=1;rounded=0;entryX=0;entryY=0.5;entryDx=0;entryDy=0;entryPerimeter=0;strokeColor=#B5739D;strokeWidth=3;" target="9OX9V2n5WXdKuxMzRrJa-48" value="">
          <mxGeometry height="50" relative="1" width="50" as="geometry">
            <mxPoint x="825" y="295" as="sourcePoint" />
            <mxPoint x="618" y="368" as="targetPoint" />
          </mxGeometry>
        </mxCell>
+         <mxCell id="9OX9V2n5WXdKuxMzRrJa-73" parent="1" style="html=1;verticalLabelPosition=bottom;align=center;labelBackgroundColor=#ffffff;verticalAlign=top;strokeWidth=2;strokeColor=#005700;shadow=0;dashed=0;shape=mxgraph.ios7.icons.data;fillColor=#008a00;fontColor=#ffffff;" value="" vertex="1">
+           <mxGeometry height="95" width="91" x="671" y="553" as="geometry" />
+         </mxCell>
+         <mxCell id="9OX9V2n5WXdKuxMzRrJa-74" parent="1" style="verticalLabelPosition=bottom;verticalAlign=top;html=1;shape=mxgraph.basic.tick;shadow=0;" value="" vertex="1">
+           <mxGeometry height="65" width="65" x="722" y="587" as="geometry" />
+         </mxCell>
+         <mxCell id="9OX9V2n5WXdKuxMzRrJa-75" parent="1" style="text;html=1;whiteSpace=wrap;strokeColor=none;fillColor=none;align=center;verticalAlign=middle;rounded=0;" value="&lt;font style=&quot;font-size: 15px;&quot;&gt;&lt;b&gt;Final Dataset&lt;/b&gt;&lt;/font&gt;&lt;div&gt;&lt;font style=&quot;font-size: 15px;&quot;&gt;&lt;b&gt;(1,871 Packages)&lt;/b&gt;&lt;/font&gt;&lt;/div&gt;&lt;div&gt;&lt;font style=&quot;font-size: 15px;&quot;&gt;&lt;b&gt;Malicious + Benign&lt;/b&gt;&lt;/font&gt;&lt;/div&gt;" vertex="1">
+           <mxGeometry height="70" width="188" x="627" y="660" as="geometry" />
+         </mxCell>
      </root>
    </mxGraphModel>
  </diagram>
</mxfile>
